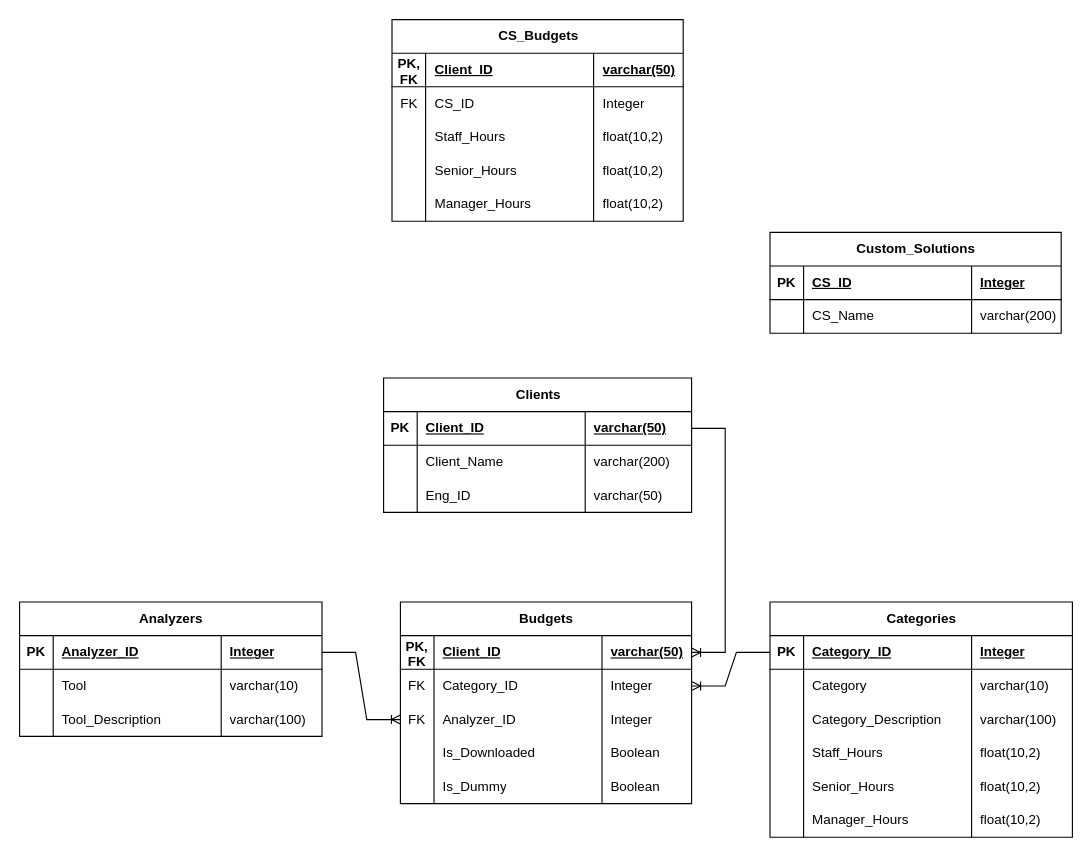
SultanRS/Client-Budget keeps this draw.io diagram as Diagrama sin título.drawio. Above is the earlier version. Source tidied: cells renumbered, new cells numbered last; positions are measured from the earlier drawing's top-left corner, leaving out a move shared by most shapes. Both pictures are drawn from the tidied source at 112%, with x=0, y=0 at pixel (19, 19).
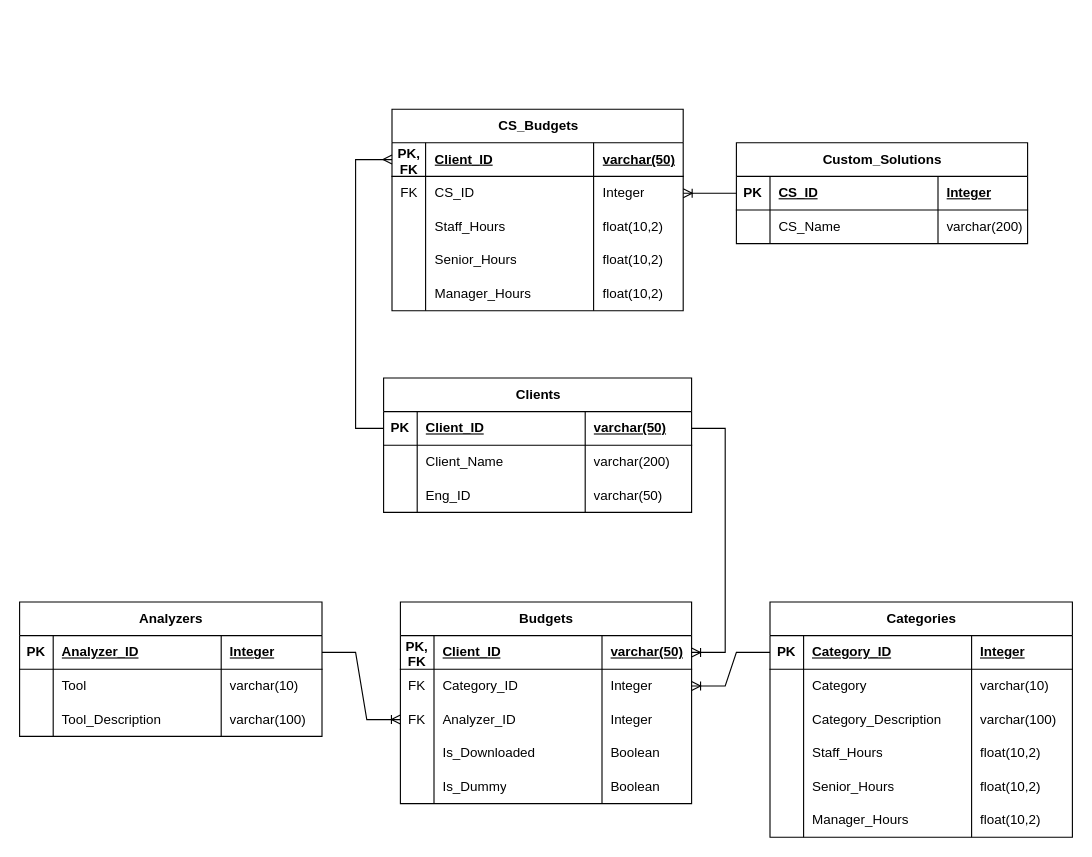
Above is the later version.

Unchanged cells that the change refers to:
```xml
<mxCell id="3" style="shape=tableRow;horizontal=0;startSize=0;swimlaneHead=0;swimlaneBody=0;fillColor=none;points=[[0,0.5],[1,0.5]];portConstraint=eastwest;top=0;left=0;right=0;bottom=1;" parent="2" vertex="1">
  <mxGeometry y="30" width="275" height="30" as="geometry" />
</mxCell>
<mxCell id="78" style="shape=tableRow;horizontal=0;startSize=0;swimlaneHead=0;swimlaneBody=0;fillColor=none;points=[[0,0.5],[1,0.5]];portConstraint=eastwest;top=0;left=0;right=0;bottom=1;" parent="77" vertex="1">
  <mxGeometry y="30" width="260" height="30" as="geometry" />
</mxCell>
<mxCell id="87" style="shape=tableRow;horizontal=0;startSize=0;swimlaneHead=0;swimlaneBody=0;fillColor=none;points=[[0,0.5],[1,0.5]];portConstraint=eastwest;top=0;left=0;right=0;bottom=1;" parent="86" vertex="1">
  <mxGeometry y="30" width="260" height="30" as="geometry" />
</mxCell>
<mxCell id="91" style="shape=tableRow;horizontal=0;startSize=0;swimlaneHead=0;swimlaneBody=0;fillColor=none;points=[[0,0.5],[1,0.5]];portConstraint=eastwest;top=0;left=0;right=0;bottom=0;" parent="86" vertex="1">
  <mxGeometry y="60" width="260" height="30" as="geometry" />
</mxCell>
```

The edit, as a diff of the source:
```diff
@@
     <mxCell id="77" value="Custom_Solutions" style="shape=table;startSize=30;childLayout=tableLayout;rowLines=0;fontStyle=1;align=center;html=1;" parent="1" vertex="1">
-      <mxGeometry x="670" y="190" width="260" height="90" as="geometry" />
+      <mxGeometry x="640" y="110" width="260" height="90" as="geometry" />
     </mxCell>
@@
     <mxCell id="86" value="CS_Budgets" style="shape=table;startSize=30;childLayout=tableLayout;rowLines=0;fontStyle=1;align=center;html=1;" parent="1" vertex="1">
-      <mxGeometry x="332.5" width="260" height="180" as="geometry" />
+      <mxGeometry x="332.5" y="80" width="260" height="180" as="geometry" />
     </mxCell>
@@
+    <mxCell id="107" style="edgeStyle=entityRelationEdgeStyle;fontSize=12;html=1;endArrow=ERoneToMany;rounded=0;exitX=0;exitY=0.5;exitDx=0;exitDy=0;entryX=1;entryY=0.5;entryDx=0;entryDy=0;" parent="1" edge="1" source="78" target="91">
+      <mxGeometry relative="1" as="geometry" />
+    </mxCell>
+    <mxCell id="108" style="edgeStyle=orthogonalEdgeStyle;fontSize=12;html=1;endArrow=ERmany;rounded=0;exitX=0;exitY=0.5;exitDx=0;exitDy=0;entryX=0;entryY=0.5;entryDx=0;entryDy=0;" parent="1" edge="1" source="3" target="87">
+      <mxGeometry relative="1" as="geometry">
+        <Array as="points">
+          <mxPoint x="300" y="365" />
+          <mxPoint x="300" y="125" />
+        </Array>
+      </mxGeometry>
+    </mxCell>
```
